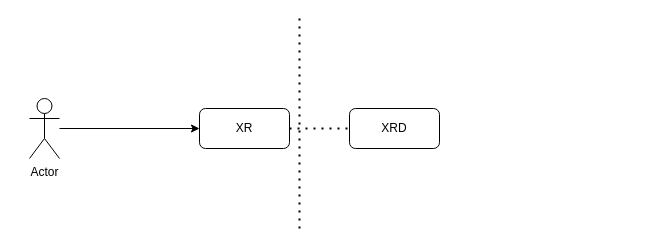
Above: archi.drawio in qasmi/tdd-developer-platform-demo (draw.io), before the change. Source tidied: cells renumbered, new cells numbered last; positions are measured from the earlier drawing's top-left corner, leaving out a move shared by most shapes. Both pictures are drawn from the tidied source at 100%, with x=0, y=0 at pixel (29, 18).
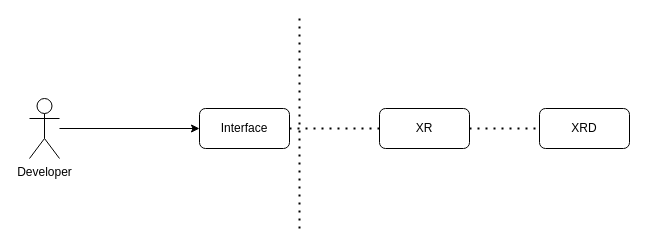
Above is the later version.

Change to the diagram source:
```diff
@@
 <mxGraphModel>
   <root>
     <mxCell id="0" />
     <mxCell id="1" parent="0" />
-    <mxCell id="2" value="XR" style="rounded=1;whiteSpace=wrap;html=1;" parent="1" vertex="1">
+    <mxCell id="2" value="Interface" style="rounded=1;whiteSpace=wrap;html=1;" parent="1" vertex="1">
       <mxGeometry x="170" y="90" width="90" height="40" as="geometry" />
     </mxCell>
     <mxCell id="3" value="XRD" style="rounded=1;whiteSpace=wrap;html=1;" parent="1" vertex="1">
-      <mxGeometry x="320" y="90" width="90" height="40" as="geometry" />
+      <mxGeometry x="510" y="90" width="90" height="40" as="geometry" />
     </mxCell>
     <mxCell id="4" style="endArrow=none;dashed=1;html=1;dashPattern=1 3;strokeWidth=2;rounded=0;" parent="1" edge="1">
       <mxGeometry relative="1" as="geometry">
         <mxPoint x="270" y="210" as="sourcePoint" />
         <mxPoint x="270" as="targetPoint" />
       </mxGeometry>
     </mxCell>
-    <mxCell id="5" value="Actor" style="shape=umlActor;verticalLabelPosition=bottom;verticalAlign=top;html=1;outlineConnect=0;" parent="1" vertex="1">
+    <mxCell id="5" value="Developer" style="shape=umlActor;verticalLabelPosition=bottom;verticalAlign=top;html=1;outlineConnect=0;" parent="1" vertex="1">
       <mxGeometry y="80" width="30" height="60" as="geometry" />
     </mxCell>
     <mxCell id="6" style="endArrow=classic;html=1;rounded=0;entryX=0;entryY=0.5;entryDx=0;entryDy=0;" parent="1" edge="1" source="5" target="2">
       <mxGeometry relative="1" as="geometry" />
     </mxCell>
-    <mxCell id="7" style="endArrow=none;dashed=1;html=1;dashPattern=1 3;strokeWidth=2;rounded=0;exitX=1;exitY=0.5;exitDx=0;exitDy=0;entryX=0;entryY=0.5;entryDx=0;entryDy=0;" parent="1" edge="1" source="2" target="3">
+    <mxCell id="7" style="endArrow=none;dashed=1;html=1;dashPattern=1 3;strokeWidth=2;rounded=0;exitX=1;exitY=0.5;exitDx=0;exitDy=0;entryX=0;entryY=0.5;entryDx=0;entryDy=0;" parent="1" edge="1" source="9" target="3">
       <mxGeometry relative="1" as="geometry" />
     </mxCell>
+    <mxCell id="8" style="endArrow=none;dashed=1;html=1;dashPattern=1 3;strokeWidth=2;rounded=0;exitX=1;exitY=0.5;exitDx=0;exitDy=0;entryX=0;entryY=0.5;entryDx=0;entryDy=0;" parent="1" edge="1" source="2" target="9">
+      <mxGeometry relative="1" as="geometry" />
+    </mxCell>
+    <mxCell id="9" value="XR" style="rounded=1;whiteSpace=wrap;html=1;" parent="1" vertex="1">
+      <mxGeometry x="350" y="90" width="90" height="40" as="geometry" />
+    </mxCell>
   </root>
 </mxGraphModel>
```
